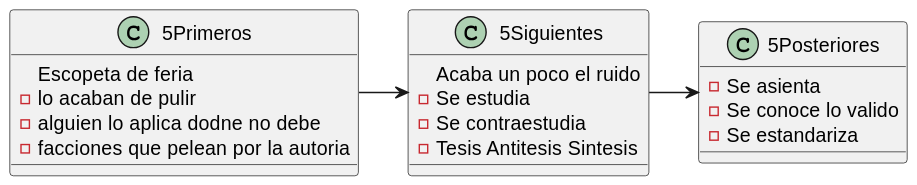
Before: documentos/imagenes/modelosUML/5mas5mas5.svg, a diagram exported from PlantUML (mmasias/ai-prompts).
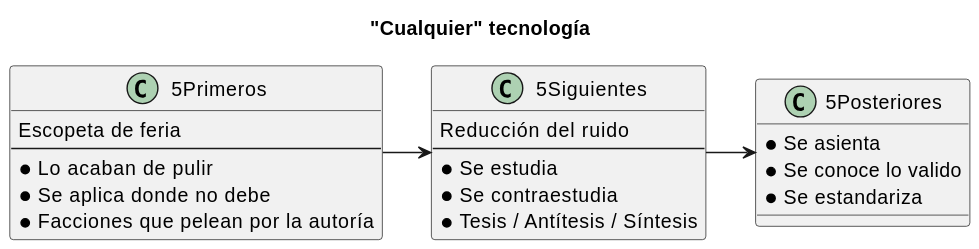
Later version of the same file.

The edit, as a diff of the source:
```diff
@@ -1,23 +1,27 @@
 @startuml
+title "Cualquier" tecnología
+
 class 5Primeros{
 Escopeta de feria
-- lo acaban de pulir
-- alguien lo aplica dodne no debe
-- facciones que pelean por la autoria
+---
+* Lo acaban de pulir
+* Se aplica donde no debe
+* Facciones que pelean por la autoría
 }
 
 
 class 5Siguientes{
-Acaba un poco el ruido
-- Se estudia
-- Se contraestudia
-- Tesis Antitesis Sintesis
+Reducción del ruido
+---
+* Se estudia
+* Se contraestudia
+* Tesis / Antítesis / Síntesis
 }
 
 class 5Posteriores{
-- Se asienta
-- Se conoce lo valido
-- Se estandariza
+* Se asienta
+* Se conoce lo valido
+* Se estandariza
 }
 
 5Primeros-r->5Siguientes
```
